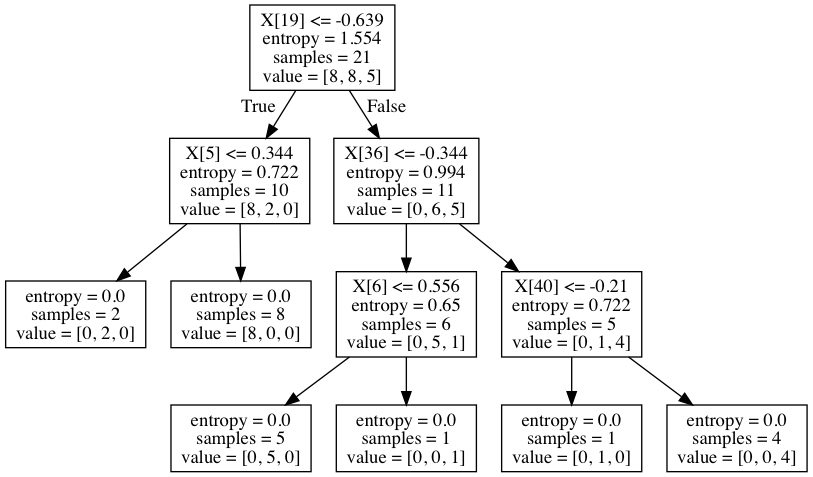
Above: SupervisedLearning/tree.png in SujeethJinesh/CS4641 (Graphviz), before the change. Its source is kept beside it as SupervisedLearning/tree.dot.
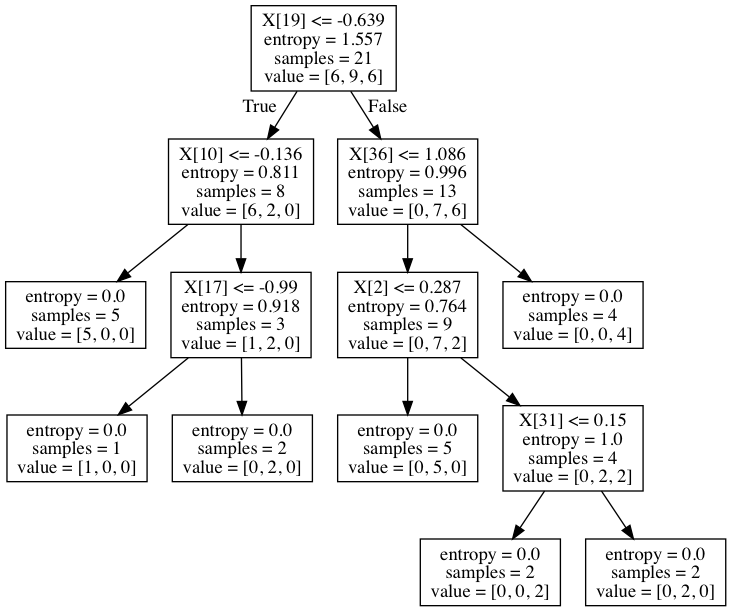
Later version of the same file.

Change to the diagram source:
```diff
@@ -1,24 +1,28 @@
 digraph Tree {
 node [shape=box] ;
-0 [label="X[19] <= -0.639\nentropy = 1.554\nsamples = 21\nvalue = [8, 8, 5]"] ;
-1 [label="X[5] <= 0.344\nentropy = 0.722\nsamples = 10\nvalue = [8, 2, 0]"] ;
+0 [label="X[19] <= -0.639\nentropy = 1.557\nsamples = 21\nvalue = [6, 9, 6]"] ;
+1 [label="X[10] <= -0.136\nentropy = 0.811\nsamples = 8\nvalue = [6, 2, 0]"] ;
 0 -> 1 [labeldistance=2.5, labelangle=45, headlabel="True"] ;
-2 [label="entropy = 0.0\nsamples = 2\nvalue = [0, 2, 0]"] ;
+2 [label="entropy = 0.0\nsamples = 5\nvalue = [5, 0, 0]"] ;
 1 -> 2 ;
-3 [label="entropy = 0.0\nsamples = 8\nvalue = [8, 0, 0]"] ;
+3 [label="X[17] <= -0.99\nentropy = 0.918\nsamples = 3\nvalue = [1, 2, 0]"] ;
 1 -> 3 ;
-4 [label="X[36] <= -0.344\nentropy = 0.994\nsamples = 11\nvalue = [0, 6, 5]"] ;
-0 -> 4 [labeldistance=2.5, labelangle=-45, headlabel="False"] ;
-5 [label="X[6] <= 0.556\nentropy = 0.65\nsamples = 6\nvalue = [0, 5, 1]"] ;
-4 -> 5 ;
-6 [label="entropy = 0.0\nsamples = 5\nvalue = [0, 5, 0]"] ;
-5 -> 6 ;
-7 [label="entropy = 0.0\nsamples = 1\nvalue = [0, 0, 1]"] ;
-5 -> 7 ;
-8 [label="X[40] <= -0.21\nentropy = 0.722\nsamples = 5\nvalue = [0, 1, 4]"] ;
-4 -> 8 ;
-9 [label="entropy = 0.0\nsamples = 1\nvalue = [0, 1, 0]"] ;
-8 -> 9 ;
-10 [label="entropy = 0.0\nsamples = 4\nvalue = [0, 0, 4]"] ;
-8 -> 10 ;
+4 [label="entropy = 0.0\nsamples = 1\nvalue = [1, 0, 0]"] ;
+3 -> 4 ;
+5 [label="entropy = 0.0\nsamples = 2\nvalue = [0, 2, 0]"] ;
+3 -> 5 ;
+6 [label="X[36] <= 1.086\nentropy = 0.996\nsamples = 13\nvalue = [0, 7, 6]"] ;
+0 -> 6 [labeldistance=2.5, labelangle=-45, headlabel="False"] ;
+7 [label="X[2] <= 0.287\nentropy = 0.764\nsamples = 9\nvalue = [0, 7, 2]"] ;
+6 -> 7 ;
+8 [label="entropy = 0.0\nsamples = 5\nvalue = [0, 5, 0]"] ;
+7 -> 8 ;
+9 [label="X[31] <= 0.15\nentropy = 1.0\nsamples = 4\nvalue = [0, 2, 2]"] ;
+7 -> 9 ;
+10 [label="entropy = 0.0\nsamples = 2\nvalue = [0, 0, 2]"] ;
+9 -> 10 ;
+11 [label="entropy = 0.0\nsamples = 2\nvalue = [0, 2, 0]"] ;
+9 -> 11 ;
+12 [label="entropy = 0.0\nsamples = 4\nvalue = [0, 0, 4]"] ;
+6 -> 12 ;
 }
```
